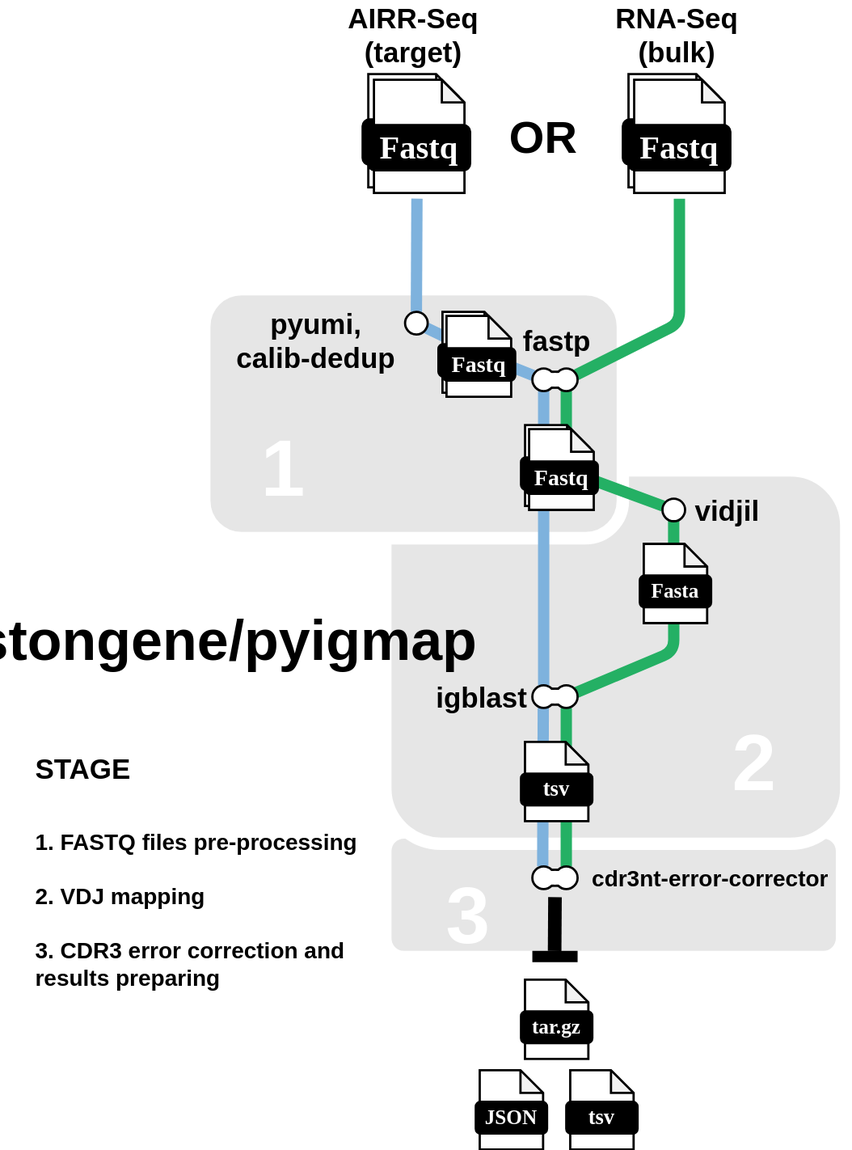
The draw.io diagram docs/images/pyigmap_workflow.svg in BostonGene/pyigmap, before a commit. Source tidied: cells renumbered, new cells last; positions are measured from the earlier drawing's top-left corner, leaving out a move shared by most shapes.
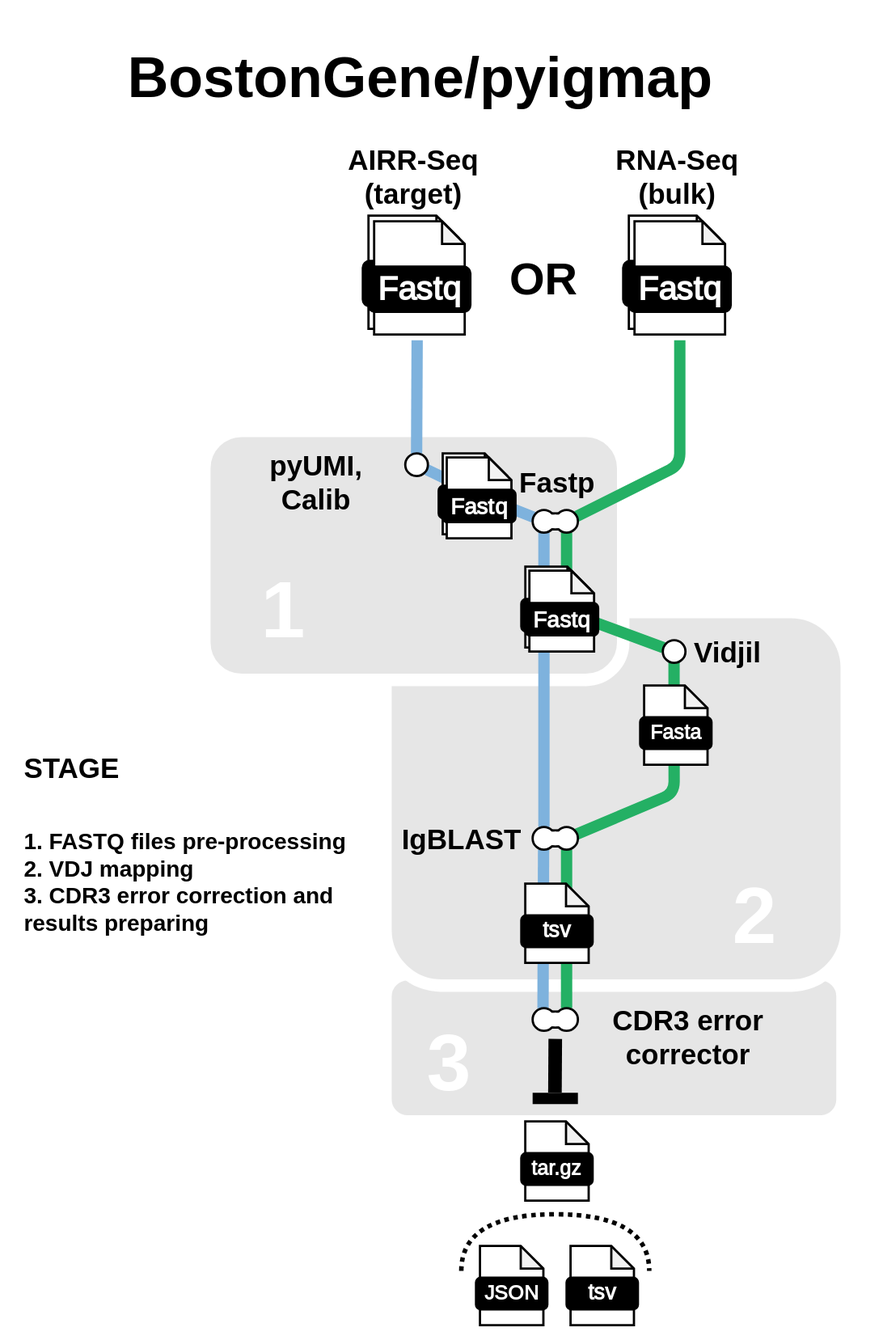
The same file after the commit.

Change to the diagram source:
```diff
@@ -2,8 +2,11 @@
   <root>
     <mxCell id="0" />
     <mxCell id="1" parent="0" />
+    <mxCell id="83" style="rounded=0;whiteSpace=wrap;html=1;strokeWidth=2;strokeColor=none;" parent="1" vertex="1">
+      <mxGeometry y="-140" width="780" height="1180" as="geometry" />
+    </mxCell>
     <mxCell id="2" style="rounded=1;whiteSpace=wrap;html=1;strokeWidth=11;strokeColor=#FFFFFF;fillColor=#E6E6E6;" parent="1" vertex="1">
-      <mxGeometry x="340" y="720" width="403.8" height="110" as="geometry" />
+      <mxGeometry x="340" y="720" width="403.8" height="130" as="geometry" />
     </mxCell>
     <mxCell id="3" style="rounded=1;whiteSpace=wrap;html=1;strokeWidth=11;strokeColor=#FFFFFF;fillColor=#E6E6E6;rotation=0;" parent="1" vertex="1">
       <mxGeometry x="340" y="400" width="407.5" height="330" as="geometry" />
@@ -26,8 +29,8 @@
     <mxCell id="9" value="&lt;font size=&quot;1&quot; face=&quot;Maven Pro&quot; color=&quot;#ffffff&quot;&gt;&lt;b&gt;&lt;font style=&quot;font-size: 29px;&quot;&gt;Fastq&lt;/font&gt;&lt;/b&gt;&lt;/font&gt;" style="rounded=1;whiteSpace=wrap;html=1;strokeWidth=2;fillColor=#000000;" parent="5" vertex="1">
       <mxGeometry x="5" y="45" width="90" height="40" as="geometry" />
     </mxCell>
-    <mxCell id="10" value="&lt;font style=&quot;font-size: 50px;&quot;&gt;&lt;b&gt;bostongene/pyigmap&lt;/b&gt;&lt;/font&gt;" style="text;html=1;align=center;verticalAlign=middle;whiteSpace=wrap;rounded=0;" parent="1" vertex="1">
-      <mxGeometry y="535" width="340" height="30" as="geometry" />
+    <mxCell id="10" value="&lt;font style=&quot;font-size: 50px;&quot;&gt;&lt;b&gt;BostonGene/pyigmap&lt;/b&gt;&lt;/font&gt;" style="text;html=1;align=center;verticalAlign=middle;whiteSpace=wrap;rounded=0;rotation=0;" parent="1" vertex="1">
+      <mxGeometry x="76.2" y="-130" width="590" height="115" as="geometry" />
     </mxCell>
     <mxCell id="11" value="&lt;font style=&quot;font-size: 25px;&quot;&gt;&lt;b&gt;AIRR-Seq (target)&lt;/b&gt;&lt;/font&gt;" style="text;html=1;align=center;verticalAlign=middle;whiteSpace=wrap;rounded=0;" parent="1" vertex="1">
       <mxGeometry x="305" width="120" height="30" as="geometry" />
@@ -104,16 +107,16 @@
     <mxCell id="29" style="rounded=0;whiteSpace=wrap;html=1;strokeColor=#FFFFFF;strokeWidth=2;rotation=90;" parent="24" vertex="1">
       <mxGeometry x="5" y="15" width="10" height="10" as="geometry" />
     </mxCell>
-    <mxCell id="30" value="&lt;div&gt;&lt;font size=&quot;1&quot;&gt;&lt;b&gt;&lt;font style=&quot;font-size: 25px;&quot;&gt;pyumi,&lt;/font&gt;&lt;/b&gt;&lt;/font&gt;&lt;/div&gt;&lt;div&gt;&lt;font size=&quot;1&quot;&gt;&lt;b&gt;&lt;font style=&quot;font-size: 25px;&quot;&gt;calib-dedup&lt;br&gt;&lt;/font&gt;&lt;/b&gt;&lt;/font&gt;&lt;/div&gt;" style="text;html=1;align=center;verticalAlign=middle;whiteSpace=wrap;rounded=0;" parent="1" vertex="1">
+    <mxCell id="30" value="&lt;div&gt;&lt;font size=&quot;1&quot;&gt;&lt;b&gt;&lt;font style=&quot;font-size: 25px;&quot;&gt;pyUMI,&lt;/font&gt;&lt;/b&gt;&lt;/font&gt;&lt;/div&gt;&lt;div&gt;&lt;font size=&quot;1&quot;&gt;&lt;b&gt;&lt;font style=&quot;font-size: 25px;&quot;&gt;Calib&lt;br&gt;&lt;/font&gt;&lt;/b&gt;&lt;/font&gt;&lt;/div&gt;" style="text;html=1;align=center;verticalAlign=middle;whiteSpace=wrap;rounded=0;" parent="1" vertex="1">
       <mxGeometry x="200" y="270" width="157.5" height="30" as="geometry" />
     </mxCell>
-    <mxCell id="31" value="&lt;font size=&quot;1&quot;&gt;&lt;b style=&quot;font-size: 25px;&quot;&gt;fastp&lt;/b&gt;&lt;/font&gt;" style="text;html=1;align=center;verticalAlign=middle;whiteSpace=wrap;rounded=0;" parent="1" vertex="1">
+    <mxCell id="31" value="&lt;font size=&quot;1&quot;&gt;&lt;b style=&quot;font-size: 25px;&quot;&gt;Fastp&lt;/b&gt;&lt;/font&gt;" style="text;html=1;align=center;verticalAlign=middle;whiteSpace=wrap;rounded=0;" parent="1" vertex="1">
       <mxGeometry x="436.5" y="270" width="110" height="30" as="geometry" />
     </mxCell>
     <mxCell id="32" value="&lt;font size=&quot;1&quot;&gt;&lt;b&gt;&lt;font style=&quot;font-size: 40px;&quot;&gt;OR&lt;/font&gt;&lt;/b&gt;&lt;/font&gt;" style="text;html=1;align=center;verticalAlign=middle;whiteSpace=wrap;rounded=0;" parent="1" vertex="1">
       <mxGeometry x="450" y="90" width="60" height="30" as="geometry" />
     </mxCell>
-    <mxCell id="33" value="&lt;font size=&quot;1&quot;&gt;&lt;b style=&quot;font-size: 25px;&quot;&gt;vidjil&lt;/b&gt;&lt;/font&gt;" style="text;html=1;align=center;verticalAlign=middle;whiteSpace=wrap;rounded=0;" parent="1" vertex="1">
+    <mxCell id="33" value="&lt;font size=&quot;1&quot;&gt;&lt;b style=&quot;font-size: 25px;&quot;&gt;Vidjil&lt;/b&gt;&lt;/font&gt;" style="text;html=1;align=center;verticalAlign=middle;whiteSpace=wrap;rounded=0;" parent="1" vertex="1">
       <mxGeometry x="600" y="420" width="85" height="30" as="geometry" />
     </mxCell>
     <mxCell id="34" style="endArrow=none;html=1;rounded=1;strokeWidth=10;strokeColor=#24B064;entryX=0.5;entryY=0.5;entryDx=0;entryDy=0;entryPerimeter=0;" parent="1" edge="1" target="53">
@@ -136,8 +139,8 @@
     <mxCell id="38" value="&lt;font style=&quot;font-size: 18px;&quot; color=&quot;#ffffff&quot; face=&quot;Maven Pro&quot;&gt;&lt;b&gt;Fasta&lt;/b&gt;&lt;/font&gt;" style="rounded=1;whiteSpace=wrap;html=1;strokeWidth=2;fillColor=#000000;" parent="36" vertex="1">
       <mxGeometry y="28" width="63" height="28" as="geometry" />
     </mxCell>
-    <mxCell id="39" value="&lt;font size=&quot;1&quot;&gt;&lt;b style=&quot;font-size: 25px;&quot;&gt;igblast&lt;/b&gt;&lt;/font&gt;" style="text;html=1;align=center;verticalAlign=middle;whiteSpace=wrap;rounded=0;" parent="1" vertex="1">
-      <mxGeometry x="383" y="585" width="85" height="30" as="geometry" />
+    <mxCell id="39" value="&lt;font style=&quot;font-size: 25px;&quot;&gt;&lt;b&gt;IgBLAST&lt;/b&gt;&lt;/font&gt;" style="text;html=1;align=center;verticalAlign=middle;whiteSpace=wrap;rounded=0;" parent="1" vertex="1">
+      <mxGeometry x="365" y="585" width="85" height="30" as="geometry" />
     </mxCell>
     <mxCell id="40" style="group;" parent="1" vertex="1">
       <mxGeometry x="387" y="260" width="67.8" height="75" as="geometry" />
@@ -217,8 +220,8 @@
     <mxCell id="63" style="rounded=0;whiteSpace=wrap;html=1;strokeColor=#FFFFFF;strokeWidth=2;rotation=90;" parent="58" vertex="1">
       <mxGeometry x="5" y="15" width="10" height="10" as="geometry" />
     </mxCell>
-    <mxCell id="64" value="&lt;font style=&quot;font-size: 20px;&quot;&gt;&lt;b&gt;cdr3nt-error-corrector&lt;/b&gt;&lt;/font&gt;" style="text;html=1;align=center;verticalAlign=middle;whiteSpace=wrap;rounded=0;" parent="1" vertex="1">
-      <mxGeometry x="520" y="745" width="215" height="30" as="geometry" />
+    <mxCell id="64" value="&lt;font size=&quot;1&quot;&gt;&lt;b style=&quot;font-size: 25px;&quot;&gt;CDR3 error corrector&lt;/b&gt;&lt;/font&gt;" style="text;html=1;align=center;verticalAlign=middle;whiteSpace=wrap;rounded=0;" parent="1" vertex="1">
+      <mxGeometry x="500" y="760" width="215" height="30" as="geometry" />
     </mxCell>
     <mxCell id="65" style="group;" parent="1" vertex="1">
       <mxGeometry x="460" y="640" width="63" height="70" as="geometry" />
@@ -251,7 +254,7 @@
       <mxGeometry y="28" width="63" height="28" as="geometry" />
     </mxCell>
     <mxCell id="73" style="group;" parent="1" vertex="1">
-      <mxGeometry x="420" y="930" width="63" height="70" as="geometry" />
+      <mxGeometry x="420" y="960" width="63" height="70" as="geometry" />
     </mxCell>
     <mxCell id="74" style="shape=note;whiteSpace=wrap;html=1;backgroundOutline=1;darkOpacity=0.05;rounded=1;size=20;strokeWidth=2;" parent="73" vertex="1">
       <mxGeometry x="3.5" width="56" height="70" as="geometry" />
@@ -260,7 +263,7 @@
       <mxGeometry y="28" width="63" height="28" as="geometry" />
     </mxCell>
     <mxCell id="76" style="group;" parent="1" vertex="1">
-      <mxGeometry x="500" y="930" width="63" height="70" as="geometry" />
+      <mxGeometry x="500" y="960" width="63" height="70" as="geometry" />
     </mxCell>
     <mxCell id="77" style="shape=note;whiteSpace=wrap;html=1;backgroundOutline=1;darkOpacity=0.05;rounded=1;size=20;strokeWidth=2;" parent="76" vertex="1">
       <mxGeometry x="3.5" width="56" height="70" as="geometry" />
@@ -272,13 +275,16 @@
       <mxGeometry x="220" y="382.5" width="60" height="30" as="geometry" />
     </mxCell>
     <mxCell id="80" value="&lt;font style=&quot;font-size: 70px;&quot; color=&quot;#ffffff&quot;&gt;&lt;b&gt;3&lt;/b&gt;&lt;/font&gt;" style="text;whiteSpace=wrap;html=1;" parent="1" vertex="1">
-      <mxGeometry x="392.2" y="745" width="57.5" height="60" as="geometry" />
+      <mxGeometry x="375" y="750" width="57.5" height="60" as="geometry" />
     </mxCell>
     <mxCell id="81" value="&lt;font style=&quot;font-size: 70px;&quot; color=&quot;#ffffff&quot;&gt;&lt;b&gt;2&lt;/b&gt;&lt;/font&gt;" style="text;whiteSpace=wrap;html=1;" parent="1" vertex="1">
-      <mxGeometry x="645" y="610" width="70" height="110" as="geometry" />
+      <mxGeometry x="645" y="620" width="70" height="110" as="geometry" />
     </mxCell>
-    <mxCell id="82" value="&lt;div style=&quot;font-size: 30px;&quot; align=&quot;left&quot;&gt;&lt;font size=&quot;1&quot;&gt;&lt;b style=&quot;font-size: 25px;&quot;&gt;STAGE&lt;/b&gt;&lt;/font&gt;&lt;/div&gt;&lt;div style=&quot;font-size: 30px;&quot; align=&quot;left&quot;&gt;&lt;font size=&quot;1&quot;&gt;&lt;b style=&quot;font-size: 25px;&quot;&gt;&lt;br&gt;&lt;/b&gt;&lt;/font&gt;&lt;/div&gt;&lt;div style=&quot;font-size: 20px;&quot; align=&quot;left&quot;&gt;&lt;font style=&quot;font-size: 20px;&quot;&gt;&lt;b&gt;1. FASTQ files pre-processing&lt;/b&gt;&lt;/font&gt;&lt;/div&gt;&lt;div style=&quot;font-size: 20px;&quot; align=&quot;left&quot;&gt;&lt;font style=&quot;font-size: 20px;&quot;&gt;&lt;b&gt;&lt;br&gt;&lt;/b&gt;&lt;/font&gt;&lt;/div&gt;&lt;div style=&quot;font-size: 20px;&quot; align=&quot;left&quot;&gt;&lt;font style=&quot;font-size: 20px;&quot;&gt;&lt;b&gt;2. &lt;/b&gt;&lt;font style=&quot;font-size: 20px;&quot;&gt;&lt;b&gt;VDJ mapping&lt;/b&gt;&lt;/font&gt;&lt;/font&gt;&lt;/div&gt;&lt;div align=&quot;left&quot; style=&quot;font-size: 20px;&quot;&gt;&lt;font style=&quot;font-size: 20px;&quot;&gt;&lt;b&gt;&lt;br&gt;&lt;/b&gt;&lt;/font&gt;&lt;/div&gt;&lt;div align=&quot;left&quot; style=&quot;font-size: 20px;&quot;&gt;&lt;font style=&quot;font-size: 20px;&quot;&gt;&lt;b&gt;3. &lt;/b&gt;&lt;font style=&quot;font-size: 20px;&quot;&gt;&lt;b&gt;CDR3 error correction and results preparing&lt;/b&gt;&lt;/font&gt;&lt;/font&gt;&lt;br&gt;&lt;/div&gt;&lt;div&gt;&lt;br&gt;&lt;/div&gt;" style="text;html=1;align=center;verticalAlign=middle;whiteSpace=wrap;rounded=0;" parent="1" vertex="1">
-      <mxGeometry x="30" y="625" width="300" height="270" as="geometry" />
+    <mxCell id="82" value="&lt;div style=&quot;font-size: 30px;&quot; align=&quot;left&quot;&gt;&lt;font size=&quot;1&quot;&gt;&lt;b style=&quot;font-size: 25px;&quot;&gt;STAGE&lt;/b&gt;&lt;/font&gt;&lt;/div&gt;&lt;div style=&quot;font-size: 30px;&quot; align=&quot;left&quot;&gt;&lt;font size=&quot;1&quot;&gt;&lt;b style=&quot;font-size: 25px;&quot;&gt;&lt;br&gt;&lt;/b&gt;&lt;/font&gt;&lt;/div&gt;&lt;div style=&quot;font-size: 20px;&quot; align=&quot;left&quot;&gt;&lt;font style=&quot;font-size: 20px;&quot;&gt;&lt;b&gt;1. FASTQ files pre-processing&lt;/b&gt;&lt;/font&gt;&lt;/div&gt;&lt;div style=&quot;font-size: 20px;&quot; align=&quot;left&quot;&gt;&lt;b style=&quot;background-color: initial; text-align: center;&quot;&gt;2. &lt;/b&gt;&lt;font style=&quot;background-color: initial; text-align: center;&quot;&gt;&lt;b&gt;VDJ mapping&lt;/b&gt;&lt;/font&gt;&lt;br&gt;&lt;/div&gt;&lt;div align=&quot;left&quot; style=&quot;font-size: 20px;&quot;&gt;&lt;b style=&quot;background-color: initial; text-align: center;&quot;&gt;3. &lt;/b&gt;&lt;font style=&quot;background-color: initial; text-align: center;&quot;&gt;&lt;b&gt;CDR3 error correction and results preparing&lt;/b&gt;&lt;/font&gt;&lt;br&gt;&lt;/div&gt;&lt;div&gt;&lt;br&gt;&lt;/div&gt;" style="text;html=1;align=center;verticalAlign=middle;whiteSpace=wrap;rounded=0;" parent="1" vertex="1">
+      <mxGeometry x="20" y="475" width="310" height="270" as="geometry" />
     </mxCell>
+    <mxCell id="84" style="shape=requiredInterface;html=1;verticalLabelPosition=bottom;sketch=0;rotation=-90;strokeWidth=4;fillStyle=auto;dashed=1;dashPattern=1 1;" parent="1" vertex="1">
+      <mxGeometry x="465" y="874" width="50.1" height="166" as="geometry" />
+    </mxCell>
   </root>
 </mxGraphModel>
```
